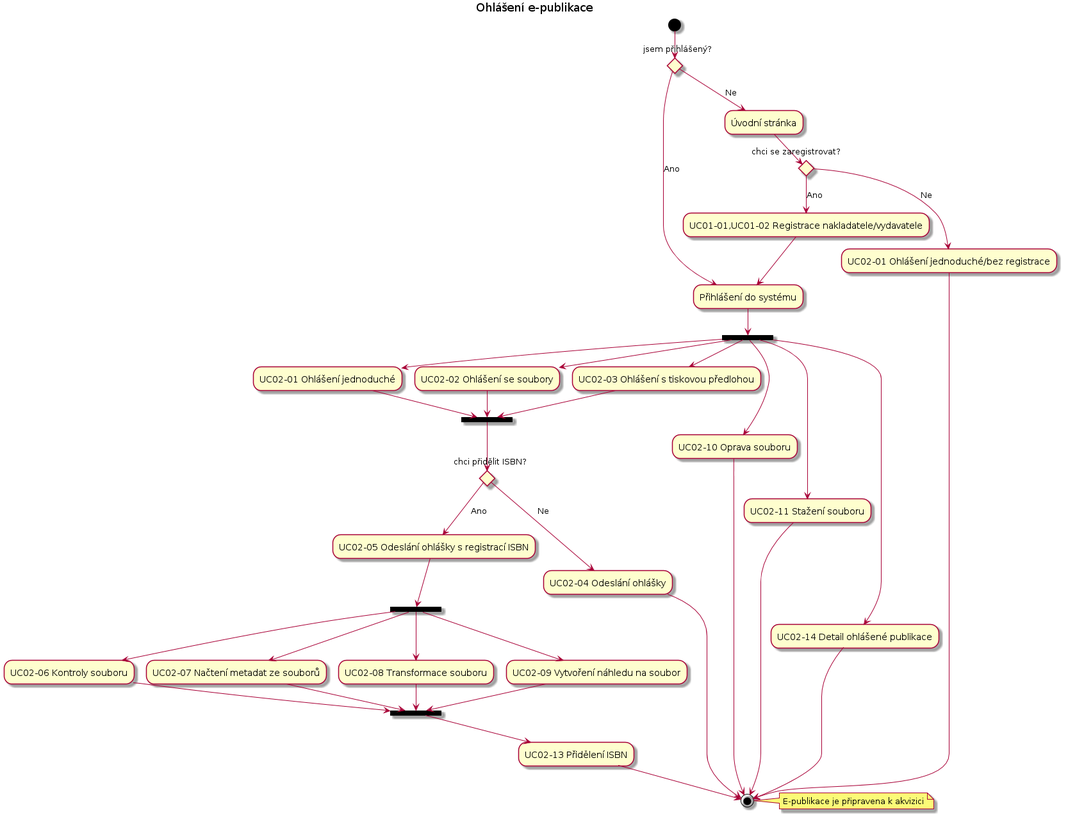
Earlier version of the PlantUML export docs/pm02.png (edeposit/edeposit.policy). Source of this version:
```plantuml
@startuml
title Ohlá?ení e-publikace

(*) --> if "jsem p?ihlá?ený?" then
    -->[Ano] "P?ihlá?ení do systému"
    --> === WORK_WITH_EPUBLICATION_S ===
    === WORK_WITH_EPUBLICATION_S === --> "UC02-01 Ohlá?ení jednoduché"
    === WORK_WITH_EPUBLICATION_S === --> "UC02-02 Ohlá?ení se soubory"
    === WORK_WITH_EPUBLICATION_S === --> "UC02-03 Ohlá?ení s tiskovou p?edlohou"
    === WORK_WITH_EPUBLICATION_S === ---> "UC02-10 Oprava souboru"
    --> (*)
    === WORK_WITH_EPUBLICATION_S === ---> "UC02-11 Sta?ení souboru"
    --> (*)
    === WORK_WITH_EPUBLICATION_S === ---> "UC02-14 Detail ohlá?ené publikace"
    --> (*)

    "UC02-01 Ohlá?ení jednoduché" --> === SUBMIT_EPUBLICATION ===
    "UC02-02 Ohlá?ení se soubory" --> === SUBMIT_EPUBLICATION ===
    "UC02-03 Ohlá?ení s tiskovou p?edlohou" --> === SUBMIT_EPUBLICATION ===
    === SUBMIT_EPUBLICATION === --> if "chci p?id?lit ISBN?" then
    	-->[Ano] "UC02-05 Odeslání ohlá?ky s registrací ISBN"
	--> === FILE_CHECKS ===
	=== FILE_CHECKS === --> "UC02-06 Kontroly souboru"
	=== FILE_CHECKS === --> "UC02-07 Na?tení metadat ze soubor?"
	=== FILE_CHECKS === --> "UC02-08 Transformace souboru"
	=== FILE_CHECKS === --> "UC02-09 Vytvo?ení náhledu na soubor"
	"UC02-06 Kontroly souboru" --> === FILE_CHECKS_END ===
	"UC02-07 Na?tení metadat ze soubor?" --> === FILE_CHECKS_END ===
	"UC02-08 Transformace souboru" --> === FILE_CHECKS_END ===
	"UC02-09 Vytvo?ení náhledu na soubor" --> === FILE_CHECKS_END ===
	=== FILE_CHECKS_END ===	--> "UC02-13 P?id?lení ISBN"
	--> (*)
    else
	-->[Ne] "UC02-04 Odeslání ohlá?ky"
	--> (*)
	note right
	E-publikace je p?ipravena k akvizici
	end note
    endif

else
	-->[Ne] "Úvodní stránka"
	if "chci se zaregistrovat?" then
	   	 -->[Ano] "UC01-01,UC01-02 Registrace nakladatele/vydavatele"
		 "UC01-01,UC01-02 Registrace nakladatele/vydavatele" --> "P?ihlá?ení do systému"
	else
		-->[Ne] "UC02-01 Ohlá?ení jednoduché/bez registrace"
	endif
endif

"UC02-01 Ohlá?ení jednoduché/bez registrace" --> (*)

@enduml
```
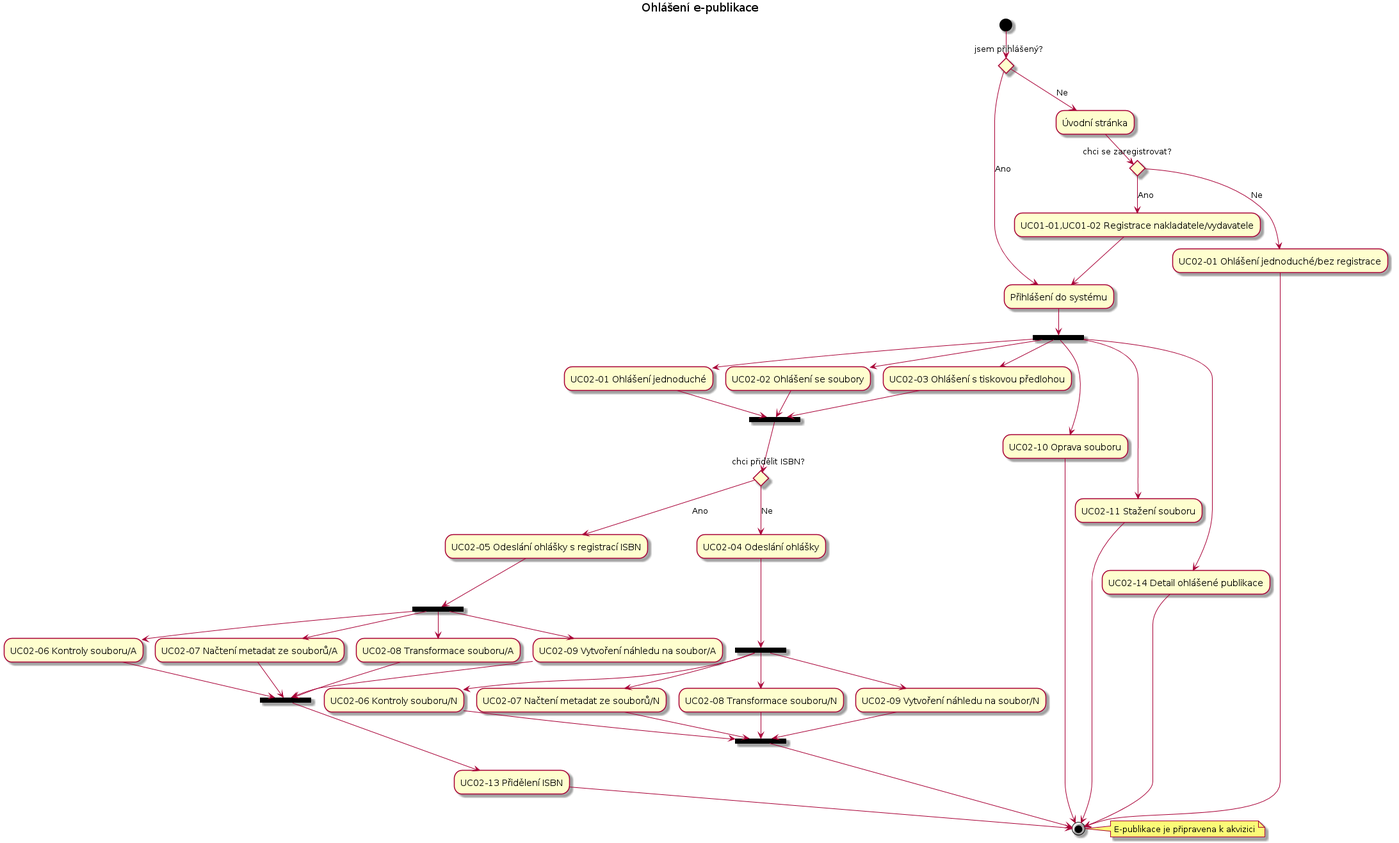
After the commit.

Change to the diagram source:
```diff
@@ -1,4 +1,5 @@
 @startuml
+
 title Ohlá?ení e-publikace
 
 (*) --> if "jsem p?ihlá?ený?" then
@@ -20,22 +21,31 @@
     === SUBMIT_EPUBLICATION === --> if "chci p?id?lit ISBN?" then
     	-->[Ano] "UC02-05 Odeslání ohlá?ky s registrací ISBN"
 	--> === FILE_CHECKS ===
-	=== FILE_CHECKS === --> "UC02-06 Kontroly souboru"
-	=== FILE_CHECKS === --> "UC02-07 Na?tení metadat ze soubor?"
-	=== FILE_CHECKS === --> "UC02-08 Transformace souboru"
-	=== FILE_CHECKS === --> "UC02-09 Vytvo?ení náhledu na soubor"
-	"UC02-06 Kontroly souboru" --> === FILE_CHECKS_END ===
-	"UC02-07 Na?tení metadat ze soubor?" --> === FILE_CHECKS_END ===
-	"UC02-08 Transformace souboru" --> === FILE_CHECKS_END ===
-	"UC02-09 Vytvo?ení náhledu na soubor" --> === FILE_CHECKS_END ===
-	=== FILE_CHECKS_END ===	--> "UC02-13 P?id?lení ISBN"
-	--> (*)
-    else
-	-->[Ne] "UC02-04 Odeslání ohlá?ky"
+	=== FILE_CHECKS === --> "UC02-06 Kontroly souboru/A"
+	=== FILE_CHECKS === --> "UC02-07 Na?tení metadat ze soubor?/A"
+	=== FILE_CHECKS === --> "UC02-08 Transformace souboru/A"
+	=== FILE_CHECKS === --> "UC02-09 Vytvo?ení náhledu na soubor/A"
+	"UC02-06 Kontroly souboru/A" --> === FILE_CHECKS_END ===
+	"UC02-07 Na?tení metadat ze soubor?/A" --> === FILE_CHECKS_END ===
+	"UC02-08 Transformace souboru/A" --> === FILE_CHECKS_END ===
+	"UC02-09 Vytvo?ení náhledu na soubor/A" --> === FILE_CHECKS_END ===
+	=== FILE_CHECKS_END ===	---> "UC02-13 P?id?lení ISBN"
 	--> (*)
 	note right
 	E-publikace je p?ipravena k akvizici
 	end note
+    else
+	-->[Ne] "UC02-04 Odeslání ohlá?ky"
+	---> === FILE_CHECKS_B ===
+	=== FILE_CHECKS_B === --> "UC02-06 Kontroly souboru/N"
+	=== FILE_CHECKS_B === --> "UC02-07 Na?tení metadat ze soubor?/N"
+	=== FILE_CHECKS_B === --> "UC02-08 Transformace souboru/N"
+	=== FILE_CHECKS_B === --> "UC02-09 Vytvo?ení náhledu na soubor/N"
+	"UC02-06 Kontroly souboru/N" --> === FILE_CHECKS_END_B ===
+	"UC02-07 Na?tení metadat ze soubor?/N" --> === FILE_CHECKS_END_B ===
+	"UC02-08 Transformace souboru/N" --> === FILE_CHECKS_END_B ===
+	"UC02-09 Vytvo?ení náhledu na soubor/N" --> === FILE_CHECKS_END_B ===
+	=== FILE_CHECKS_END_B === --> (*)
     endif
 
 else
```
